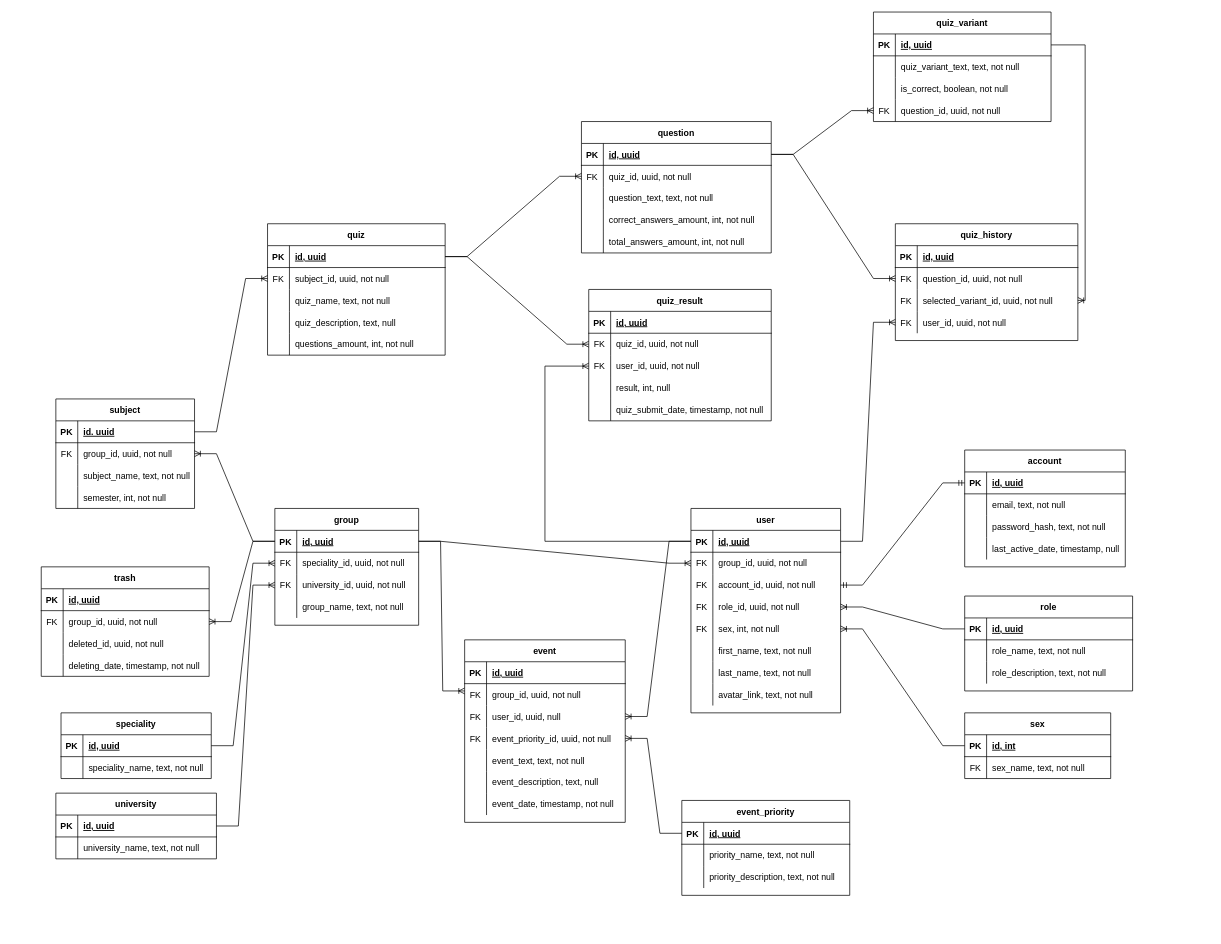
This is databases/physical_er_ironalex.drawio from student-archive/docs, a draw.io file, before an edit. Source tidied: cells renumbered, new cells numbered last; positions are measured from the earlier drawing's top-left corner, leaving out a move shared by most shapes. Both pictures are drawn from the tidied source at 73%, with x=0, y=0 at pixel (41, 12).
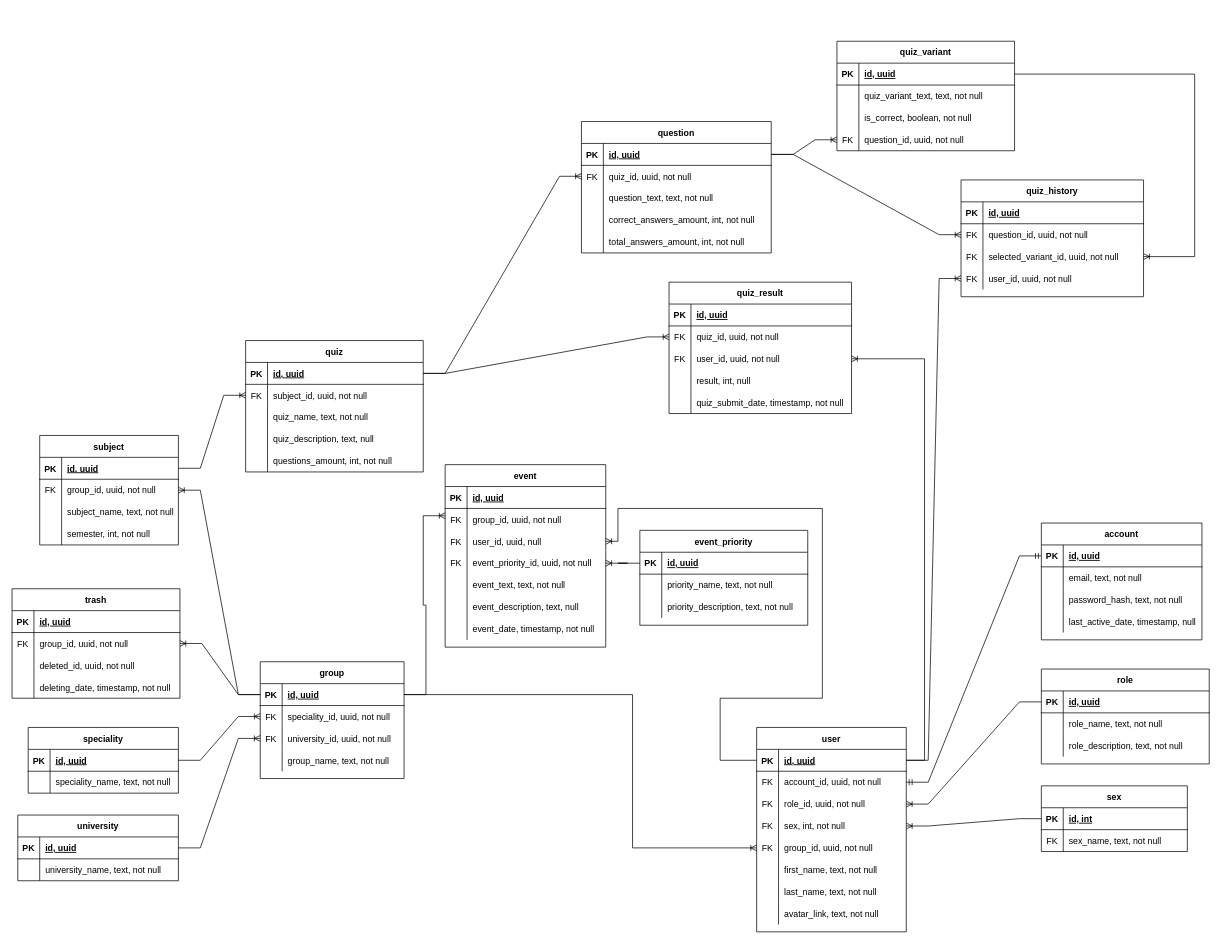
The same diagram, later.

Commit message:
refact(database):style fix

Unchanged cells that the change refers to:
```xml
<mxCell id="19" style="shape=tableRow;horizontal=0;startSize=0;swimlaneHead=0;swimlaneBody=0;fillColor=none;points=[[0,0.5],[1,0.5]];portConstraint=eastwest;top=0;left=0;right=0;bottom=1;" parent="18" vertex="1">
  <mxGeometry y="30" width="243.3" height="30" as="geometry" />
</mxCell>
<mxCell id="48" style="shape=tableRow;horizontal=0;startSize=0;swimlaneHead=0;swimlaneBody=0;fillColor=none;points=[[0,0.5],[1,0.5]];portConstraint=eastwest;top=0;left=0;right=0;bottom=1;" parent="47" vertex="1">
  <mxGeometry y="30" width="197" height="30" as="geometry" />
</mxCell>
<mxCell id="93" style="shape=tableRow;horizontal=0;startSize=0;swimlaneHead=0;swimlaneBody=0;fillColor=none;points=[[0,0.5],[1,0.5]];portConstraint=eastwest;top=0;left=0;right=0;bottom=0;" parent="86" vertex="1">
  <mxGeometry y="90" width="220" height="30" as="geometry" />
</mxCell>
<mxCell id="136" style="shape=tableRow;horizontal=0;startSize=0;swimlaneHead=0;swimlaneBody=0;fillColor=none;points=[[0,0.5],[1,0.5]];portConstraint=eastwest;top=0;left=0;right=0;bottom=1;" parent="135" vertex="1">
  <mxGeometry y="30" width="205" height="30" as="geometry" />
</mxCell>
<mxCell id="177" style="shape=tableRow;horizontal=0;startSize=0;swimlaneHead=0;swimlaneBody=0;fillColor=none;points=[[0,0.5],[1,0.5]];portConstraint=eastwest;top=0;left=0;right=0;bottom=0;" parent="170" vertex="1">
  <mxGeometry y="90" width="250" height="30" as="geometry" />
</mxCell>
<mxCell id="193" style="shape=tableRow;horizontal=0;startSize=0;swimlaneHead=0;swimlaneBody=0;fillColor=none;points=[[0,0.5],[1,0.5]];portConstraint=eastwest;top=0;left=0;right=0;bottom=0;" parent="186" vertex="1">
  <mxGeometry y="90" width="250" height="30" as="geometry" />
</mxCell>
```

What changed in the source:
```diff
@@
     <mxCell id="2" value="quiz" style="shape=table;startSize=30;childLayout=tableLayout;rowLines=0;fontStyle=1;align=center;" parent="1" vertex="1">
-      <mxGeometry x="310" y="290" width="243.3" height="180" as="geometry" />
+      <mxGeometry x="280" y="450" width="243.3" height="180" as="geometry" />
     </mxCell>
@@
     <mxCell id="18" value="quiz_variant" style="shape=table;startSize=30;childLayout=tableLayout;rowLines=0;fontStyle=1;align=center;" parent="1" vertex="1">
-      <mxGeometry x="1140" width="243.3" height="150" as="geometry" />
+      <mxGeometry x="1090" y="40" width="243.3" height="150" as="geometry" />
     </mxCell>
@@
     <mxCell id="47" value="group" style="shape=table;startSize=30;childLayout=tableLayout;rowLines=0;fontStyle=1;align=center;" parent="1" vertex="1">
-      <mxGeometry x="320" y="680" width="197" height="160" as="geometry" />
+      <mxGeometry x="300" y="890" width="197" height="160" as="geometry" />
     </mxCell>
@@
     <mxCell id="60" value="trash" style="shape=table;startSize=30;childLayout=tableLayout;rowLines=0;fontStyle=1;align=center;" parent="1" vertex="1">
-      <mxGeometry y="760" width="230" height="150" as="geometry" />
+      <mxGeometry x="-40" y="790" width="230" height="150" as="geometry" />
     </mxCell>
@@
     <mxCell id="73" value="subject" style="shape=table;startSize=30;childLayout=tableLayout;rowLines=0;fontStyle=1;align=center;" parent="1" vertex="1">
-      <mxGeometry x="20" y="530" width="190" height="150" as="geometry" />
+      <mxGeometry x="-2.1" y="580" width="190" height="150" as="geometry" />
     </mxCell>
@@
     <mxCell id="86" value="event" style="shape=table;startSize=30;childLayout=tableLayout;rowLines=0;fontStyle=1;align=center;" parent="1" vertex="1">
-      <mxGeometry x="580" y="860" width="220" height="250" as="geometry" />
+      <mxGeometry x="553.3" y="620" width="220" height="250" as="geometry" />
     </mxCell>
@@
     <mxCell id="108" value="event_priority" style="shape=table;startSize=30;childLayout=tableLayout;rowLines=0;fontStyle=1;align=center;" parent="1" vertex="1">
-      <mxGeometry x="877.5" y="1080" width="230" height="130" as="geometry" />
+      <mxGeometry x="820" y="710" width="230" height="130" as="geometry" />
     </mxCell>
@@
     <mxCell id="122" value="account" style="shape=table;startSize=30;childLayout=tableLayout;rowLines=0;fontStyle=1;align=center;" parent="1" vertex="1">
-      <mxGeometry x="1265" y="600" width="220" height="160" as="geometry" />
+      <mxGeometry x="1370" y="700" width="220" height="160" as="geometry" />
     </mxCell>
@@
     <mxCell id="135" value="user" style="shape=table;startSize=30;childLayout=tableLayout;rowLines=0;fontStyle=1;align=center;" parent="1" vertex="1">
-      <mxGeometry x="890" y="680" width="205" height="280" as="geometry" />
+      <mxGeometry x="980" y="980" width="205" height="280" as="geometry" />
     </mxCell>
@@
-    <mxCell id="139" style="shape=tableRow;horizontal=0;startSize=0;swimlaneHead=0;swimlaneBody=0;fillColor=none;points=[[0,0.5],[1,0.5]];portConstraint=eastwest;top=0;left=0;right=0;bottom=0;" parent="135" vertex="1">
-      <mxGeometry y="60" width="205" height="30" as="geometry" />
-    </mxCell>
-    <mxCell id="140" value="FK" style="shape=partialRectangle;fillColor=none;top=0;left=0;bottom=0;right=0;fontStyle=0;overflow=hidden;" parent="139" vertex="1">
-      <mxGeometry width="30" height="30" as="geometry" />
-    </mxCell>
-    <mxCell id="141" value="group_id, uuid, not null" style="shape=partialRectangle;fillColor=none;top=0;left=0;bottom=0;right=0;align=left;spacingLeft=6;fontStyle=0;overflow=hidden;" parent="139" vertex="1">
-      <mxGeometry x="30" width="175" height="30" as="geometry" />
-    </mxCell>
     <mxCell id="142" style="shape=tableRow;horizontal=0;startSize=0;swimlaneHead=0;swimlaneBody=0;fillColor=none;points=[[0,0.5],[1,0.5]];portConstraint=eastwest;top=0;left=0;right=0;bottom=0;" parent="135" vertex="1">
-      <mxGeometry y="90" width="205" height="30" as="geometry" />
+      <mxGeometry y="60" width="205" height="30" as="geometry" />
     </mxCell>
@@
     <mxCell id="145" style="shape=tableRow;horizontal=0;startSize=0;swimlaneHead=0;swimlaneBody=0;fillColor=none;points=[[0,0.5],[1,0.5]];portConstraint=eastwest;top=0;left=0;right=0;bottom=0;" parent="135" vertex="1">
-      <mxGeometry y="120" width="205" height="30" as="geometry" />
+      <mxGeometry y="90" width="205" height="30" as="geometry" />
     </mxCell>
@@
     <mxCell id="148" style="shape=tableRow;horizontal=0;startSize=0;swimlaneHead=0;swimlaneBody=0;fillColor=none;points=[[0,0.5],[1,0.5]];portConstraint=eastwest;top=0;left=0;right=0;bottom=0;" parent="135" vertex="1">
-      <mxGeometry y="150" width="205" height="30" as="geometry" />
+      <mxGeometry y="120" width="205" height="30" as="geometry" />
     </mxCell>
@@
+    <mxCell id="139" style="shape=tableRow;horizontal=0;startSize=0;swimlaneHead=0;swimlaneBody=0;fillColor=none;points=[[0,0.5],[1,0.5]];portConstraint=eastwest;top=0;left=0;right=0;bottom=0;" parent="135" vertex="1">
+      <mxGeometry y="150" width="205" height="30" as="geometry" />
+    </mxCell>
+    <mxCell id="140" value="FK" style="shape=partialRectangle;fillColor=none;top=0;left=0;bottom=0;right=0;fontStyle=0;overflow=hidden;" parent="139" vertex="1">
+      <mxGeometry width="30" height="30" as="geometry" />
+    </mxCell>
+    <mxCell id="141" value="group_id, uuid, not null" style="shape=partialRectangle;fillColor=none;top=0;left=0;bottom=0;right=0;align=left;spacingLeft=6;fontStyle=0;overflow=hidden;" parent="139" vertex="1">
+      <mxGeometry x="30" width="175" height="30" as="geometry" />
+    </mxCell>
@@
     <mxCell id="160" value="role" style="shape=table;startSize=30;childLayout=tableLayout;rowLines=0;fontStyle=1;align=center;" parent="1" vertex="1">
-      <mxGeometry x="1265" y="800" width="230" height="130" as="geometry" />
+      <mxGeometry x="1370" y="900" width="230" height="130" as="geometry" />
     </mxCell>
@@
     <mxCell id="170" value="quiz_result" style="shape=table;startSize=30;childLayout=tableLayout;rowLines=0;fontStyle=1;align=center;" parent="1" vertex="1">
-      <mxGeometry x="750" y="380" width="250" height="180" as="geometry" />
+      <mxGeometry x="860" y="370" width="250" height="180" as="geometry" />
     </mxCell>
@@
     <mxCell id="186" value="quiz_history" style="shape=table;startSize=30;childLayout=tableLayout;rowLines=0;fontStyle=1;align=center;" parent="1" vertex="1">
-      <mxGeometry x="1170" y="290" width="250" height="160" as="geometry" />
+      <mxGeometry x="1260" y="230" width="250" height="160" as="geometry" />
     </mxCell>
@@
-    <mxCell id="201" style="edgeStyle=elbowEdgeStyle;fontSize=12;html=1;endArrow=ERoneToMany;rounded=0;entryX=1;entryY=0.5;entryDx=0;entryDy=0;exitX=1;exitY=0.5;exitDx=0;exitDy=0;elbow=vertical;" parent="1" edge="1" source="19" target="193">
+    <mxCell id="201" style="edgeStyle=elbowEdgeStyle;fontSize=12;html=1;endArrow=ERoneToMany;rounded=0;entryX=1;entryY=0.5;entryDx=0;entryDy=0;exitX=1;exitY=0.5;exitDx=0;exitDy=0;" parent="1" edge="1" source="19" target="193">
       <mxGeometry relative="1" as="geometry">
         <Array as="points">
-          <mxPoint x="1430" y="210" />
+          <mxPoint x="1580" y="300" />
         </Array>
       </mxGeometry>
     </mxCell>
     <mxCell id="202" value="speciality" style="shape=table;startSize=30;childLayout=tableLayout;rowLines=0;fontStyle=1;align=center;" parent="1" vertex="1">
-      <mxGeometry x="27.1" y="960" width="205.8" height="90" as="geometry" />
+      <mxGeometry x="-17.9" y="980" width="205.8" height="90" as="geometry" />
     </mxCell>
@@
     <mxCell id="209" value="university" style="shape=table;startSize=30;childLayout=tableLayout;rowLines=0;fontStyle=1;align=center;" parent="1" vertex="1">
-      <mxGeometry x="20" y="1070" width="220" height="90" as="geometry" />
+      <mxGeometry x="-32.1" y="1100" width="220" height="90" as="geometry" />
     </mxCell>
@@
     <mxCell id="216" value="sex" style="shape=table;startSize=30;childLayout=tableLayout;rowLines=0;fontStyle=1;align=center;" parent="1" vertex="1">
-      <mxGeometry x="1265" y="960" width="200" height="90" as="geometry" />
+      <mxGeometry x="1370" y="1060" width="200" height="90" as="geometry" />
     </mxCell>
@@
-    <mxCell id="224" style="edgeStyle=entityRelationEdgeStyle;fontSize=12;html=1;endArrow=ERoneToMany;rounded=0;exitX=1;exitY=0.5;exitDx=0;exitDy=0;entryX=0;entryY=0.5;entryDx=0;entryDy=0;" parent="1" edge="1" source="48" target="139">
-      <mxGeometry relative="1" as="geometry" />
+    <mxCell id="224" style="edgeStyle=orthogonalEdgeStyle;fontSize=12;html=1;endArrow=ERoneToMany;rounded=0;exitX=1;exitY=0.5;exitDx=0;exitDy=0;entryX=0;entryY=0.5;entryDx=0;entryDy=0;elbow=vertical;" parent="1" edge="1" source="48" target="139">
+      <mxGeometry relative="1" as="geometry">
+        <Array as="points">
+          <mxPoint x="810" y="935" />
+          <mxPoint x="810" y="1145" />
+        </Array>
+      </mxGeometry>
     </mxCell>
@@
-    <mxCell id="226" style="edgeStyle=elbowEdgeStyle;fontSize=12;html=1;endArrow=ERoneToMany;rounded=0;exitX=0;exitY=0.5;exitDx=0;exitDy=0;entryX=0;entryY=0.5;entryDx=0;entryDy=0;" parent="1" edge="1" source="136" target="177">
+    <mxCell id="226" style="edgeStyle=orthogonalEdgeStyle;fontSize=12;html=1;endArrow=ERoneToMany;rounded=0;exitX=1;exitY=0.5;exitDx=0;exitDy=0;entryX=1;entryY=0.5;entryDx=0;entryDy=0;elbow=vertical;" parent="1" edge="1" source="136" target="177">
       <mxGeometry relative="1" as="geometry">
         <Array as="points">
-          <mxPoint x="690" y="590" />
+          <mxPoint x="1210" y="1025" />
+          <mxPoint x="1210" y="475" />
         </Array>
       </mxGeometry>
     </mxCell>
@@
-    <mxCell id="229" style="edgeStyle=entityRelationEdgeStyle;fontSize=12;html=1;endArrow=ERoneToMany;rounded=0;entryX=1;entryY=0.5;entryDx=0;entryDy=0;exitX=0;exitY=0.5;exitDx=0;exitDy=0;" parent="1" edge="1" source="136" target="93">
-      <mxGeometry relative="1" as="geometry" />
+    <mxCell id="229" style="edgeStyle=orthogonalEdgeStyle;fontSize=12;html=1;endArrow=ERoneToMany;rounded=0;entryX=1;entryY=0.5;entryDx=0;entryDy=0;exitX=0;exitY=0.5;exitDx=0;exitDy=0;" parent="1" edge="1" source="136" target="93">
+      <mxGeometry relative="1" as="geometry">
+        <Array as="points">
+          <mxPoint x="930" y="1025" />
+          <mxPoint x="930" y="940" />
+          <mxPoint x="1070" y="940" />
+          <mxPoint x="1070" y="680" />
+          <mxPoint x="790" y="680" />
+          <mxPoint x="790" y="725" />
+        </Array>
+      </mxGeometry>
     </mxCell>
```
